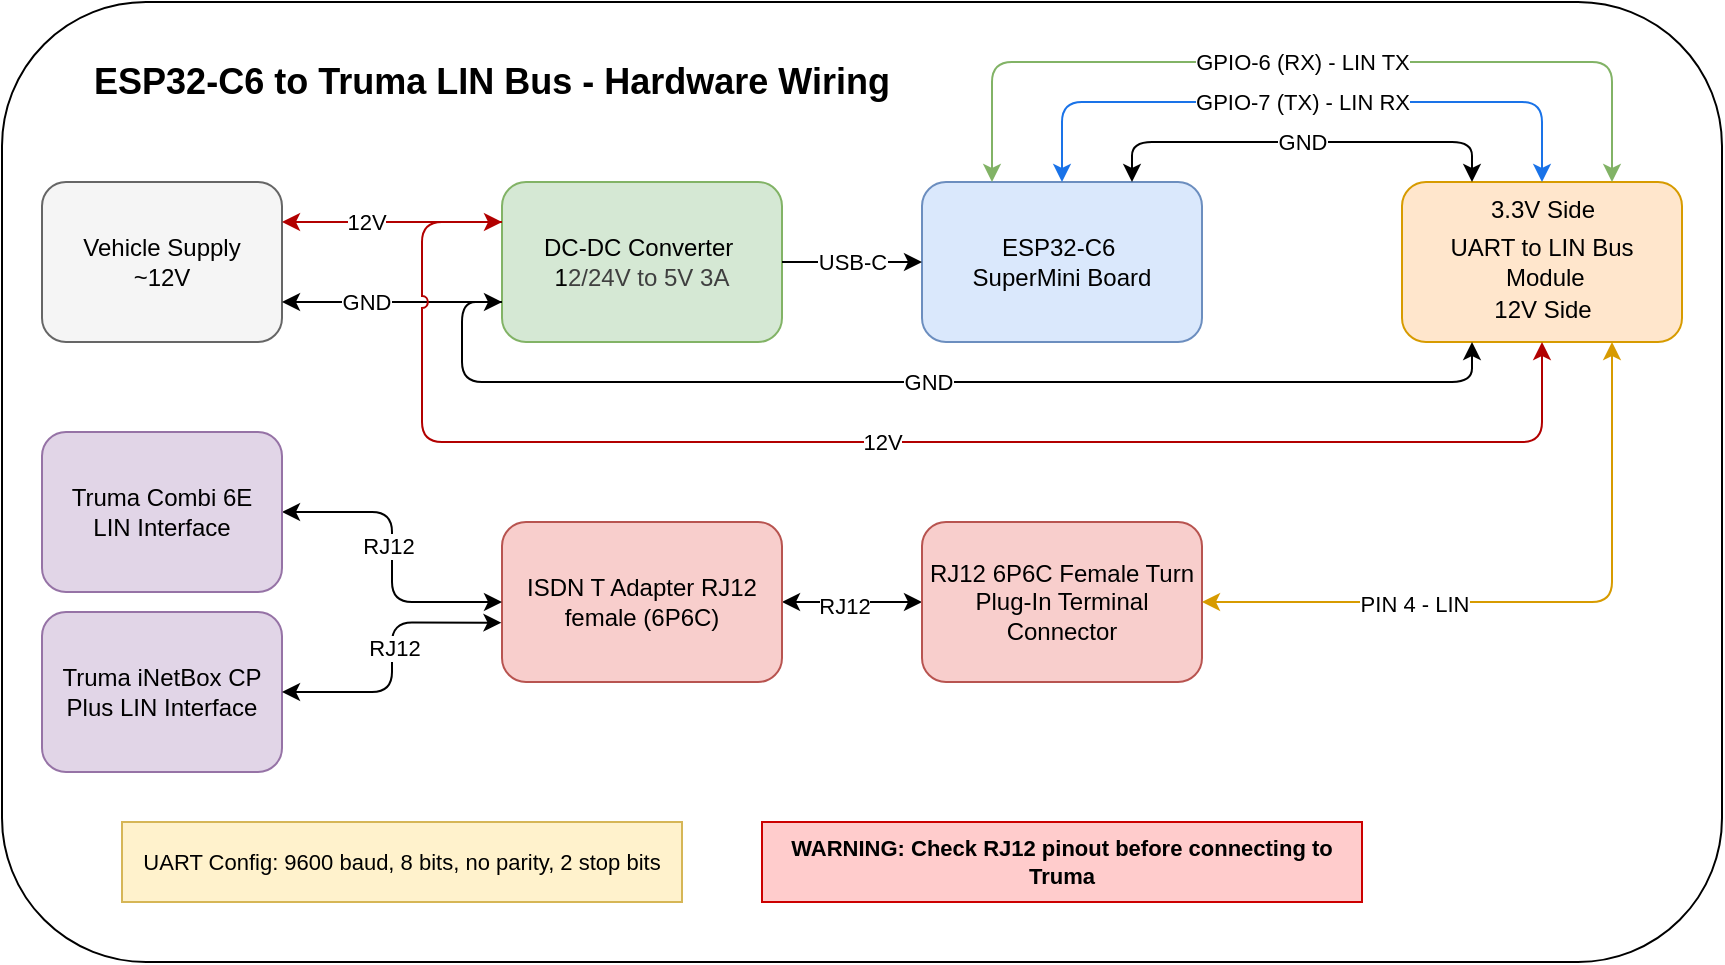
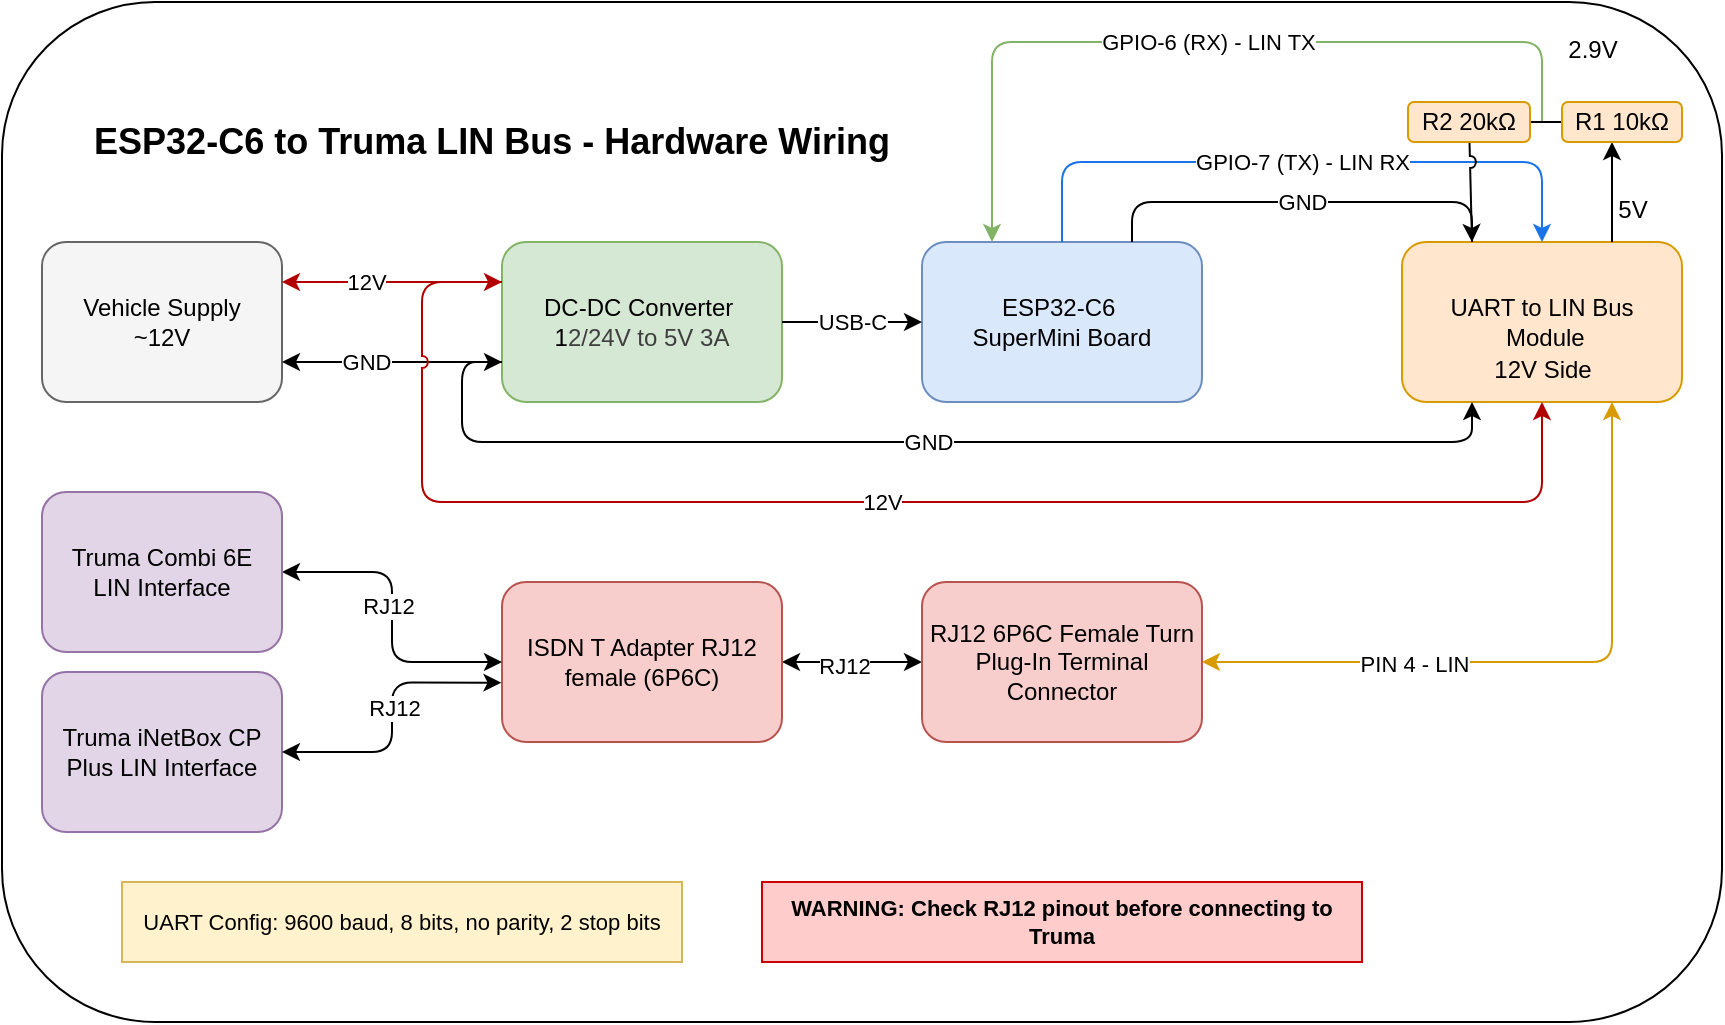
<mxfile host="65bd71144e">
    <diagram id="wiring" name="ESPHome Truma Wiring">
-         <mxGraphModel dx="871" dy="384" grid="1" gridSize="10" guides="1" tooltips="1" connect="1" arrows="1" fold="1" page="1" pageScale="1" pageWidth="1600" pageHeight="1000" math="0" shadow="0">
+         <mxGraphModel dx="705" dy="659" grid="1" gridSize="10" guides="1" tooltips="1" connect="1" arrows="1" fold="1" page="1" pageScale="1" pageWidth="1600" pageHeight="1000" math="0" shadow="0">
            <root>
                <mxCell id="0"/>
                <mxCell id="1" parent="0"/>
                <mxCell id="21" value="" style="rounded=1;whiteSpace=wrap;html=1;" parent="1" vertex="1">
-                     <mxGeometry x="60" y="30" width="860" height="480" as="geometry"/>
+                     <mxGeometry x="60" width="860" height="510" as="geometry"/>
                </mxCell>
                <mxCell id="title" value="ESP32-C6 to Truma LIN Bus - Hardware Wiring" style="text;html=1;strokeColor=none;fillColor=none;align=center;verticalAlign=middle;whiteSpace=wrap;fontSize=18;fontStyle=1;" parent="1" vertex="1">
                    <mxGeometry x="60" y="50" width="490" height="40" as="geometry"/>
                </mxCell>
                <mxCell id="src" value="Vehicle Supply &lt;br&gt;~12V" style="rounded=1;whiteSpace=wrap;html=1;fillColor=#f5f5f5;strokeColor=#666666;" parent="1" vertex="1">
                    <mxGeometry x="80" y="120" width="120" height="80" as="geometry"/>
                </mxCell>
                <mxCell id="dc" value="DC-DC Converter&amp;nbsp;&lt;div&gt;1&lt;span style=&quot;color: rgb(63, 63, 63); background-color: transparent;&quot;&gt;2/24V to 5V 3A&lt;/span&gt;&lt;/div&gt;" style="rounded=1;whiteSpace=wrap;html=1;fillColor=#d5e8d4;strokeColor=#82b366;" parent="1" vertex="1">
                    <mxGeometry x="310" y="120" width="140" height="80" as="geometry"/>
                </mxCell>
                <mxCell id="esp" value="ESP32-C6&amp;nbsp;&lt;div&gt;SuperMini Board&lt;/div&gt;" style="rounded=1;whiteSpace=wrap;html=1;fillColor=#dae8fc;strokeColor=#6c8ebf;" parent="1" vertex="1">
                    <mxGeometry x="520" y="120" width="140" height="80" as="geometry"/>
                </mxCell>
                <mxCell id="lin" value="UART to LIN Bus&lt;div&gt;&amp;nbsp;Module&lt;/div&gt;" style="rounded=1;whiteSpace=wrap;html=1;fillColor=#ffe6cc;strokeColor=#d79b00;" parent="1" vertex="1">
                    <mxGeometry x="760" y="120" width="140" height="80" as="geometry"/>
                </mxCell>
                <mxCell id="17" style="edgeStyle=none;html=1;entryX=0;entryY=0.5;entryDx=0;entryDy=0;startArrow=classic;startFill=1;" parent="1" source="rj12a" target="16" edge="1">
                    <mxGeometry relative="1" as="geometry"/>
                </mxCell>
                <mxCell id="19" value="RJ12" style="edgeLabel;html=1;align=center;verticalAlign=middle;resizable=0;points=[];" parent="17" vertex="1" connectable="0">
                    <mxGeometry x="-0.1257" y="-2" relative="1" as="geometry">
                        <mxPoint as="offset"/>
                    </mxGeometry>
                </mxCell>
                <mxCell id="rj12a" value="ISDN T Adapter RJ12 female (6P6C)" style="rounded=1;whiteSpace=wrap;html=1;fillColor=#f8cecc;strokeColor=#b85450;" parent="1" vertex="1">
                    <mxGeometry x="310" y="290" width="140" height="80" as="geometry"/>
                </mxCell>
                <mxCell id="truma" value="Truma iNetBox CP Plus LIN Interface" style="rounded=1;whiteSpace=wrap;html=1;fillColor=#e1d5e7;strokeColor=#9673a6;" parent="1" vertex="1">
                    <mxGeometry x="80" y="335" width="120" height="80" as="geometry"/>
                </mxCell>
                <mxCell id="e1" value="12V" style="edgeStyle=orthogonalEdgeStyle;rounded=0;orthogonalLoop=1;jettySize=auto;html=1;exitX=1;exitY=0.25;exitDx=0;exitDy=0;entryX=0;entryY=0.25;entryDx=0;entryDy=0;fillColor=#e51400;strokeColor=#B20000;startArrow=classic;startFill=1;endArrow=none;endFill=0;" parent="1" source="src" target="dc" edge="1">
                    <mxGeometry x="-0.25" relative="1" as="geometry">
                        <mxPoint as="offset"/>
                    </mxGeometry>
                </mxCell>
                <mxCell id="e2" value="USB-C" style="edgeStyle=orthogonalEdgeStyle;rounded=0;orthogonalLoop=1;jettySize=auto;html=1;fillColor=none;" parent="1" source="dc" target="esp" edge="1">
                    <mxGeometry relative="1" as="geometry"/>
                </mxCell>
-                 <mxCell id="e3" value="GND" style="edgeStyle=orthogonalEdgeStyle;rounded=1;orthogonalLoop=1;jettySize=auto;html=1;fillColor=none;exitX=0.75;exitY=0;exitDx=0;exitDy=0;entryX=0.25;entryY=0;entryDx=0;entryDy=0;startArrow=classic;startFill=1;curved=0;" parent="1" source="esp" target="lin" edge="1">
+                 <mxCell id="e3" value="GND" style="edgeStyle=orthogonalEdgeStyle;rounded=1;orthogonalLoop=1;jettySize=auto;html=1;fillColor=none;exitX=0.75;exitY=0;exitDx=0;exitDy=0;entryX=0.25;entryY=0;entryDx=0;entryDy=0;startArrow=none;startFill=0;curved=0;endArrow=none;endFill=0;" parent="1" source="esp" target="lin" edge="1">
                    <mxGeometry relative="1" as="geometry">
                        <Array as="points">
                            <mxPoint x="625" y="100"/>
                            <mxPoint x="795" y="100"/>
                        </Array>
                    </mxGeometry>
                </mxCell>
-                 <mxCell id="e4" value="GPIO-7 (TX) - LIN RX" style="edgeStyle=orthogonalEdgeStyle;rounded=1;orthogonalLoop=1;jettySize=auto;html=1;strokeColor=#1a73e8;entryX=0.5;entryY=0;entryDx=0;entryDy=0;startArrow=classic;startFill=1;curved=0;" parent="1" source="esp" target="lin" edge="1">
+                 <mxCell id="e4" value="GPIO-7 (TX) - LIN RX" style="edgeStyle=orthogonalEdgeStyle;rounded=1;orthogonalLoop=1;jettySize=auto;html=1;strokeColor=#1a73e8;entryX=0.5;entryY=0;entryDx=0;entryDy=0;startArrow=none;startFill=0;curved=0;" parent="1" source="esp" target="lin" edge="1">
                    <mxGeometry relative="1" as="geometry">
                        <Array as="points">
                            <mxPoint x="590" y="80"/>
                            <mxPoint x="830" y="80"/>
                        </Array>
                    </mxGeometry>
                </mxCell>
-                 <mxCell id="e5" value="GPIO-6 (RX) - LIN TX" style="edgeStyle=orthogonalEdgeStyle;rounded=1;orthogonalLoop=1;jettySize=auto;html=1;strokeColor=#82b366;exitX=0.75;exitY=0;exitDx=0;exitDy=0;startArrow=classic;startFill=1;fillColor=#d5e8d4;curved=0;" parent="1" source="lin" target="esp" edge="1">
+                 <mxCell id="e5" value="GPIO-6 (RX) - LIN TX" style="edgeStyle=orthogonalEdgeStyle;rounded=1;orthogonalLoop=1;jettySize=auto;html=1;strokeColor=#82b366;startArrow=none;startFill=0;fillColor=#d5e8d4;curved=0;endArrow=classic;endFill=1;" parent="1" target="esp" edge="1">
                    <mxGeometry x="0.0003" relative="1" as="geometry">
                        <Array as="points">
-                             <mxPoint x="865" y="60"/>
-                             <mxPoint x="555" y="60"/>
+                             <mxPoint x="830" y="20"/>
+                             <mxPoint x="555" y="20"/>
                        </Array>
                        <mxPoint x="570" y="110" as="targetPoint"/>
                        <mxPoint as="offset"/>
+                         <mxPoint x="830" y="60" as="sourcePoint"/>
                    </mxGeometry>
                </mxCell>
                <mxCell id="e6" value="GND" style="edgeStyle=orthogonalEdgeStyle;rounded=1;orthogonalLoop=1;jettySize=auto;html=1;fillColor=none;curved=0;entryX=0.25;entryY=1;entryDx=0;entryDy=0;startArrow=classic;startFill=1;exitX=0;exitY=0.75;exitDx=0;exitDy=0;" parent="1" source="dc" target="lin" edge="1">
                    <mxGeometry relative="1" as="geometry">
                        <Array as="points">
                            <mxPoint x="290" y="180"/>
                            <mxPoint x="290" y="220"/>
                            <mxPoint x="795" y="220"/>
                        </Array>
                        <mxPoint x="830" y="220" as="targetPoint"/>
                        <mxPoint x="280" y="180" as="sourcePoint"/>
                    </mxGeometry>
                </mxCell>
                <mxCell id="note1" value="UART Config: 9600 baud, 8 bits, no parity, 2 stop bits" style="rounded=0;whiteSpace=wrap;html=1;fillColor=#fff2cc;strokeColor=#d6b656;fontSize=11;" parent="1" vertex="1">
                    <mxGeometry x="120" y="440" width="280" height="40" as="geometry"/>
                </mxCell>
                <mxCell id="note2" value="WARNING: Check RJ12 pinout before connecting to Truma" style="rounded=0;whiteSpace=wrap;html=1;fillColor=#ffcccc;strokeColor=#cc0000;fontSize=11;fontStyle=1;" parent="1" vertex="1">
                    <mxGeometry x="440" y="440" width="300" height="40" as="geometry"/>
                </mxCell>
                <mxCell id="2" value="GND" style="edgeStyle=orthogonalEdgeStyle;rounded=0;orthogonalLoop=1;jettySize=auto;html=1;exitX=1;exitY=0.75;exitDx=0;exitDy=0;entryX=0;entryY=0.75;entryDx=0;entryDy=0;startArrow=classic;startFill=1;endArrow=none;endFill=0;" parent="1" source="src" target="dc" edge="1">
                    <mxGeometry x="-0.25" relative="1" as="geometry">
                        <mxPoint x="210" y="170" as="sourcePoint"/>
                        <mxPoint x="290" y="170" as="targetPoint"/>
                        <mxPoint as="offset"/>
                        <Array as="points">
                            <mxPoint x="220" y="180"/>
                            <mxPoint x="220" y="180"/>
                        </Array>
                    </mxGeometry>
                </mxCell>
                <mxCell id="3" value="12V" style="edgeStyle=orthogonalEdgeStyle;rounded=1;orthogonalLoop=1;jettySize=auto;html=1;strokeColor=#B20000;exitX=0;exitY=0.25;exitDx=0;exitDy=0;fillColor=#e51400;curved=0;entryX=0.5;entryY=1;entryDx=0;entryDy=0;startArrow=classic;startFill=1;jumpStyle=arc;" parent="1" source="dc" target="lin" edge="1">
                    <mxGeometry relative="1" as="geometry">
                        <Array as="points">
                            <mxPoint x="270" y="140"/>
                            <mxPoint x="270" y="250"/>
                            <mxPoint x="830" y="250"/>
                        </Array>
                        <mxPoint x="360" y="210" as="sourcePoint"/>
                        <mxPoint x="780" y="210" as="targetPoint"/>
                    </mxGeometry>
                </mxCell>
                <mxCell id="6" value="12V Side" style="text;html=1;strokeColor=none;fillColor=none;align=center;" parent="1" vertex="1">
                    <mxGeometry x="805" y="170" width="50" height="20" as="geometry"/>
                </mxCell>
-                 <mxCell id="9" value="3.3V Side&lt;div style=&quot;color: rgb(63, 63, 63); scrollbar-color: rgb(226, 226, 226) rgb(251, 251, 251);&quot;&gt;&lt;br style=&quot;color: rgb(63, 63, 63); scrollbar-color: rgb(226, 226, 226) rgb(251, 251, 251);&quot;&gt;&lt;/div&gt;" style="text;html=1;strokeColor=none;fillColor=none;align=center;" parent="1" vertex="1">
-                     <mxGeometry x="805" y="120" width="50" height="20" as="geometry"/>
+                 <mxCell id="9" value="5V" style="text;html=1;strokeColor=none;fillColor=none;align=center;" parent="1" vertex="1">
+                     <mxGeometry x="850" y="90" width="50" height="20" as="geometry"/>
                </mxCell>
                <mxCell id="11" style="edgeStyle=orthogonalEdgeStyle;html=1;startArrow=classic;startFill=1;" parent="1" source="10" target="rj12a" edge="1">
                    <mxGeometry relative="1" as="geometry"/>
                </mxCell>
                <mxCell id="13" value="RJ12" style="edgeLabel;html=1;align=center;verticalAlign=middle;resizable=0;points=[];" parent="11" vertex="1" connectable="0">
                    <mxGeometry x="-0.0704" y="-2" relative="1" as="geometry">
                        <mxPoint as="offset"/>
                    </mxGeometry>
                </mxCell>
                <mxCell id="10" value="Truma Combi 6E&lt;div&gt;LIN Interface&lt;/div&gt;" style="rounded=1;whiteSpace=wrap;html=1;fillColor=#e1d5e7;strokeColor=#9673a6;" parent="1" vertex="1">
                    <mxGeometry x="80" y="245" width="120" height="80" as="geometry"/>
                </mxCell>
                <mxCell id="12" style="edgeStyle=orthogonalEdgeStyle;html=1;entryX=-0.002;entryY=0.629;entryDx=0;entryDy=0;entryPerimeter=0;startArrow=classic;startFill=1;" parent="1" source="truma" target="rj12a" edge="1">
                    <mxGeometry relative="1" as="geometry"/>
                </mxCell>
                <mxCell id="14" value="RJ12" style="edgeLabel;html=1;align=center;verticalAlign=middle;resizable=0;points=[];" parent="12" vertex="1" connectable="0">
                    <mxGeometry x="0.066" y="-1" relative="1" as="geometry">
                        <mxPoint as="offset"/>
                    </mxGeometry>
                </mxCell>
                <mxCell id="16" value="RJ12 6P6C Female Turn Plug-In Terminal Connector" style="rounded=1;whiteSpace=wrap;html=1;fillColor=#f8cecc;strokeColor=#b85450;" parent="1" vertex="1">
                    <mxGeometry x="520" y="290" width="140" height="80" as="geometry"/>
                </mxCell>
                <mxCell id="18" style="edgeStyle=orthogonalEdgeStyle;html=1;entryX=0.75;entryY=1;entryDx=0;entryDy=0;fillColor=#ffcd28;strokeColor=#d79b00;gradientColor=#ffa500;startArrow=classic;startFill=1;" parent="1" source="16" target="lin" edge="1">
                    <mxGeometry relative="1" as="geometry"/>
                </mxCell>
                <mxCell id="20" value="PIN 4 - LIN" style="edgeLabel;html=1;align=center;verticalAlign=middle;resizable=0;points=[];" parent="18" vertex="1" connectable="0">
                    <mxGeometry x="-0.371" y="-1" relative="1" as="geometry">
                        <mxPoint as="offset"/>
                    </mxGeometry>
                </mxCell>
+                 <mxCell id="23" value="" style="edgeStyle=orthogonalEdgeStyle;rounded=1;orthogonalLoop=1;jettySize=auto;html=1;strokeColor=default;exitX=0.75;exitY=0;exitDx=0;exitDy=0;startArrow=none;startFill=0;fillColor=#d5e8d4;align=center;verticalAlign=middle;fontFamily=Helvetica;fontSize=11;fontColor=default;labelBackgroundColor=default;endArrow=classic;endFill=1;" parent="1" source="lin" target="22" edge="1">
+                     <mxGeometry x="0.0003" relative="1" as="geometry">
+                         <Array as="points">
+                             <mxPoint x="865" y="60"/>
+                         </Array>
+                         <mxPoint x="555" y="120" as="targetPoint"/>
+                         <mxPoint as="offset"/>
+                         <mxPoint x="865" y="120" as="sourcePoint"/>
+                     </mxGeometry>
+                 </mxCell>
+                 <mxCell id="29" value="" style="edgeStyle=none;html=1;endArrow=none;endFill=0;" parent="1" source="22" target="24" edge="1">
+                     <mxGeometry relative="1" as="geometry">
+                         <Array as="points">
+                             <mxPoint x="830" y="60"/>
+                         </Array>
+                     </mxGeometry>
+                 </mxCell>
+                 <mxCell id="22" value="R1 10kΩ" style="rounded=1;whiteSpace=wrap;html=1;fillColor=#ffe6cc;strokeColor=#d79b00;" parent="1" vertex="1">
+                     <mxGeometry x="840" y="50" width="60" height="20" as="geometry"/>
+                 </mxCell>
+                 <mxCell id="26" style="edgeStyle=none;html=1;entryX=0.25;entryY=0;entryDx=0;entryDy=0;jumpStyle=arc;" parent="1" source="24" target="lin" edge="1">
+                     <mxGeometry relative="1" as="geometry"/>
+                 </mxCell>
+                 <mxCell id="24" value="R2 20kΩ" style="rounded=1;whiteSpace=wrap;html=1;fillColor=#ffe6cc;strokeColor=#d79b00;" parent="1" vertex="1">
+                     <mxGeometry x="763" y="50" width="61" height="20" as="geometry"/>
+                 </mxCell>
+                 <mxCell id="31" value="2.9V" style="text;html=1;strokeColor=none;fillColor=none;align=center;" parent="1" vertex="1">
+                     <mxGeometry x="840" y="10" width="29" height="20" as="geometry"/>
+                 </mxCell>
            </root>
        </mxGraphModel>
    </diagram>
</mxfile>